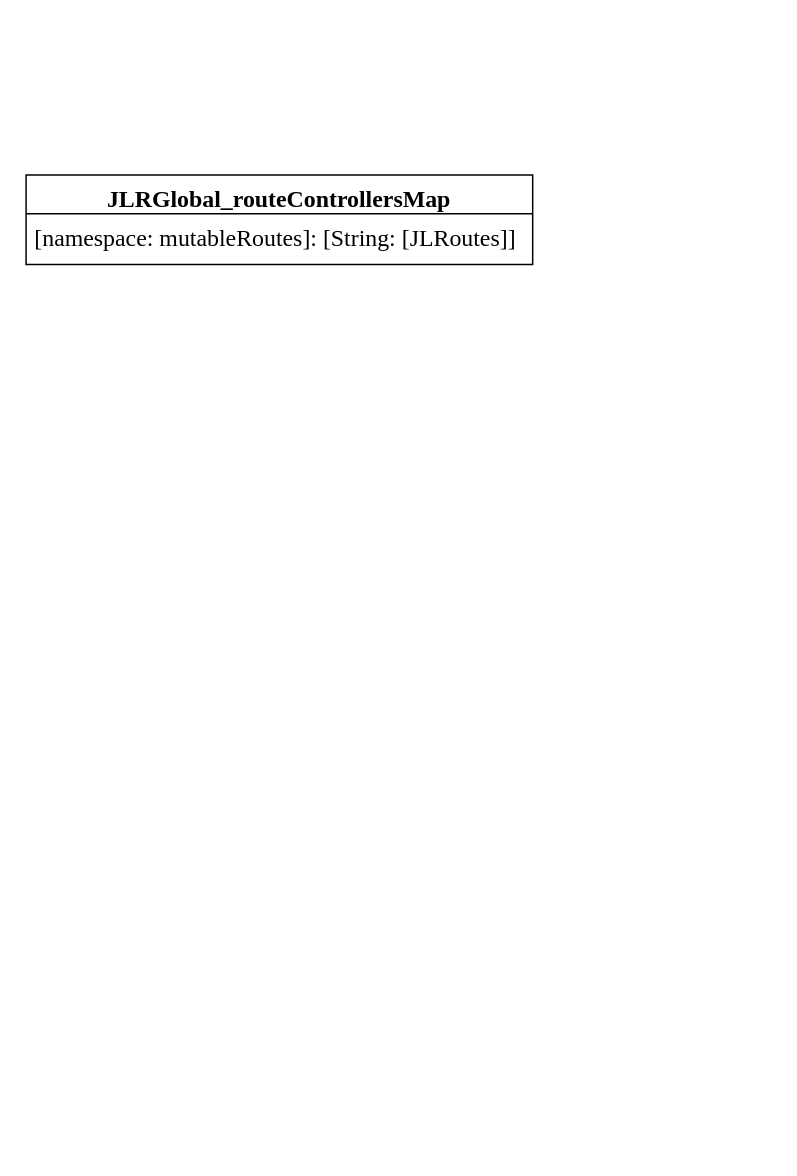
This is 组件化.drawio from xuhaodong1/DrawIO, a draw.io file, before an edit. Source tidied: cells renumbered, new cells numbered last; positions are measured from the earlier drawing's top-left corner, leaving out a move shared by most shapes. Both pictures are drawn from the tidied source at 149%, with x=0, y=0 at pixel (25, 174).
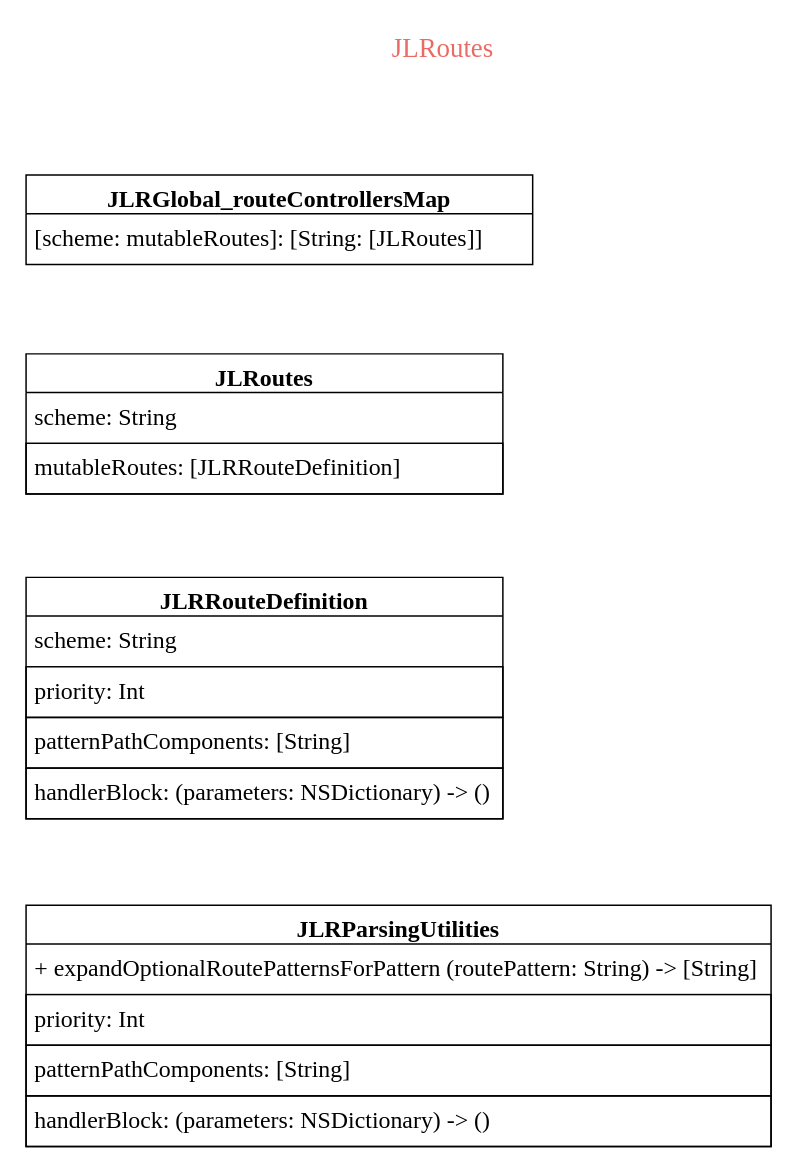
Above is the later version.

Commit message:
更新组件化.drawio

Diff of the diagram source:
```diff
@@
 <mxGraphModel>
   <root>
     <mxCell id="0" />
     <mxCell id="1" parent="0" />
     <mxCell id="2" value="JLRGlobal_routeControllersMap" style="swimlane;fontStyle=1;align=center;verticalAlign=top;horizontal=1;startSize=26;whiteSpace=wrap;html=1;fontSize=16;fontFamily=Times New Roman;" parent="1" vertex="1">
       <mxGeometry width="340" height="60" as="geometry" />
     </mxCell>
-    <mxCell id="3" value="[namespace: mutableRoutes]: [String: [JLRoutes]]" style="text;strokeColor=none;fillColor=none;align=left;verticalAlign=top;spacingLeft=4;spacingRight=4;overflow=hidden;whiteSpace=wrap;html=1;fontSize=16;fontFamily=Times New Roman;" parent="2" vertex="1">
+    <mxCell id="3" value="[scheme: mutableRoutes]: [String: [JLRoutes]]" style="text;strokeColor=none;fillColor=none;align=left;verticalAlign=top;spacingLeft=4;spacingRight=4;overflow=hidden;whiteSpace=wrap;html=1;fontSize=16;fontFamily=Times New Roman;" parent="2" vertex="1">
       <mxGeometry y="26" width="340" height="34" as="geometry" />
     </mxCell>
+    <mxCell id="4" value="JLRoutes" style="text;html=1;strokeColor=none;fillColor=none;align=center;verticalAlign=middle;whiteSpace=wrap;rounded=0;fontFamily=Times New Roman;fontSize=18;fontColor=#EA6B66;" parent="1" vertex="1">
+      <mxGeometry x="250" y="-100" width="60" height="30" as="geometry" />
+    </mxCell>
+    <mxCell id="5" value="JLRoutes" style="swimlane;fontStyle=1;align=center;verticalAlign=top;horizontal=1;startSize=26;whiteSpace=wrap;html=1;fontSize=16;fontFamily=Times New Roman;" parent="1" vertex="1">
+      <mxGeometry y="120" width="320" height="94" as="geometry" />
+    </mxCell>
+    <mxCell id="6" value="scheme: String" style="text;strokeColor=none;fillColor=none;align=left;verticalAlign=top;spacingLeft=4;spacingRight=4;overflow=hidden;whiteSpace=wrap;html=1;fontSize=16;fontFamily=Times New Roman;" parent="5" vertex="1">
+      <mxGeometry y="26" width="320" height="34" as="geometry" />
+    </mxCell>
+    <mxCell id="7" value="mutableRoutes: [JLRRouteDefinition&lt;span style=&quot;background-color: initial;&quot;&gt;]&lt;/span&gt;" style="text;strokeColor=default;fillColor=none;align=left;verticalAlign=top;spacingLeft=4;spacingRight=4;overflow=hidden;whiteSpace=wrap;html=1;fontSize=16;fontFamily=Times New Roman;" parent="5" vertex="1">
+      <mxGeometry y="60" width="320" height="34" as="geometry" />
+    </mxCell>
+    <mxCell id="8" value="JLRRouteDefinition" style="swimlane;fontStyle=1;align=center;verticalAlign=top;horizontal=1;startSize=26;whiteSpace=wrap;html=1;fontSize=16;fontFamily=Times New Roman;" parent="1" vertex="1">
+      <mxGeometry y="270" width="320" height="162" as="geometry" />
+    </mxCell>
+    <mxCell id="9" value="scheme: String" style="text;strokeColor=none;fillColor=none;align=left;verticalAlign=top;spacingLeft=4;spacingRight=4;overflow=hidden;whiteSpace=wrap;html=1;fontSize=16;fontFamily=Times New Roman;" parent="8" vertex="1">
+      <mxGeometry y="26" width="320" height="34" as="geometry" />
+    </mxCell>
+    <mxCell id="10" value="priority: Int" style="text;strokeColor=default;fillColor=none;align=left;verticalAlign=top;spacingLeft=4;spacingRight=4;overflow=hidden;whiteSpace=wrap;html=1;fontSize=16;fontFamily=Times New Roman;" parent="8" vertex="1">
+      <mxGeometry y="60" width="320" height="34" as="geometry" />
+    </mxCell>
+    <mxCell id="11" value="patternPathComponents: [String]" style="text;strokeColor=default;fillColor=none;align=left;verticalAlign=top;spacingLeft=4;spacingRight=4;overflow=hidden;whiteSpace=wrap;html=1;fontSize=16;fontFamily=Times New Roman;" parent="8" vertex="1">
+      <mxGeometry y="94" width="320" height="34" as="geometry" />
+    </mxCell>
+    <mxCell id="12" value="handlerBlock: (parameters: NSDictionary) -&amp;gt; ()" style="text;strokeColor=default;fillColor=none;align=left;verticalAlign=top;spacingLeft=4;spacingRight=4;overflow=hidden;whiteSpace=wrap;html=1;fontSize=16;fontFamily=Times New Roman;" parent="8" vertex="1">
+      <mxGeometry y="128" width="320" height="34" as="geometry" />
+    </mxCell>
+    <mxCell id="13" value="JLRParsingUtilities" style="swimlane;fontStyle=1;align=center;verticalAlign=top;horizontal=1;startSize=26;whiteSpace=wrap;html=1;fontSize=16;fontFamily=Times New Roman;" parent="1" vertex="1">
+      <mxGeometry y="490" width="500" height="162" as="geometry" />
+    </mxCell>
+    <mxCell id="14" value="+&amp;nbsp;expandOptionalRoutePatternsForPattern (routePattern: String) -&amp;gt; [String]" style="text;strokeColor=none;fillColor=none;align=left;verticalAlign=top;spacingLeft=4;spacingRight=4;overflow=hidden;whiteSpace=wrap;html=1;fontSize=16;fontFamily=Times New Roman;" parent="13" vertex="1">
+      <mxGeometry y="26" width="500" height="34" as="geometry" />
+    </mxCell>
+    <mxCell id="15" value="priority: Int" style="text;strokeColor=default;fillColor=none;align=left;verticalAlign=top;spacingLeft=4;spacingRight=4;overflow=hidden;whiteSpace=wrap;html=1;fontSize=16;fontFamily=Times New Roman;" parent="13" vertex="1">
+      <mxGeometry y="60" width="500" height="34" as="geometry" />
+    </mxCell>
+    <mxCell id="16" value="patternPathComponents: [String]" style="text;strokeColor=default;fillColor=none;align=left;verticalAlign=top;spacingLeft=4;spacingRight=4;overflow=hidden;whiteSpace=wrap;html=1;fontSize=16;fontFamily=Times New Roman;" parent="13" vertex="1">
+      <mxGeometry y="94" width="500" height="34" as="geometry" />
+    </mxCell>
+    <mxCell id="17" value="handlerBlock: (parameters: NSDictionary) -&amp;gt; ()" style="text;strokeColor=default;fillColor=none;align=left;verticalAlign=top;spacingLeft=4;spacingRight=4;overflow=hidden;whiteSpace=wrap;html=1;fontSize=16;fontFamily=Times New Roman;" parent="13" vertex="1">
+      <mxGeometry y="128" width="500" height="34" as="geometry" />
+    </mxCell>
   </root>
 </mxGraphModel>
```
